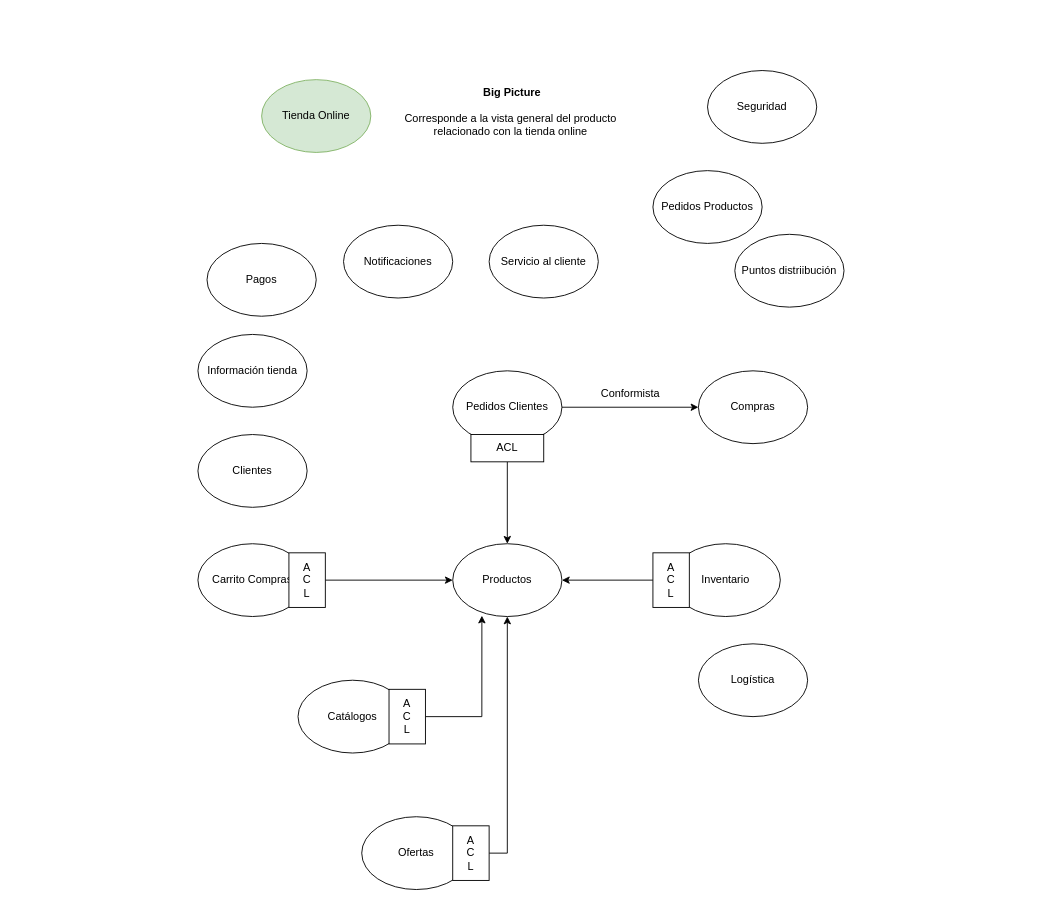
The draw.io diagram TiendaOnline_Diseño/TiendaOnlineDiseño.drawio in M4rced/DOO2023, before the edit. Source tidied: cells renumbered, new cells numbered last; positions are measured from the earlier drawing's top-left corner, leaving out a move shared by most shapes. Both pictures are drawn from the tidied source at 91%, with x=0, y=0 at pixel (197, 70).
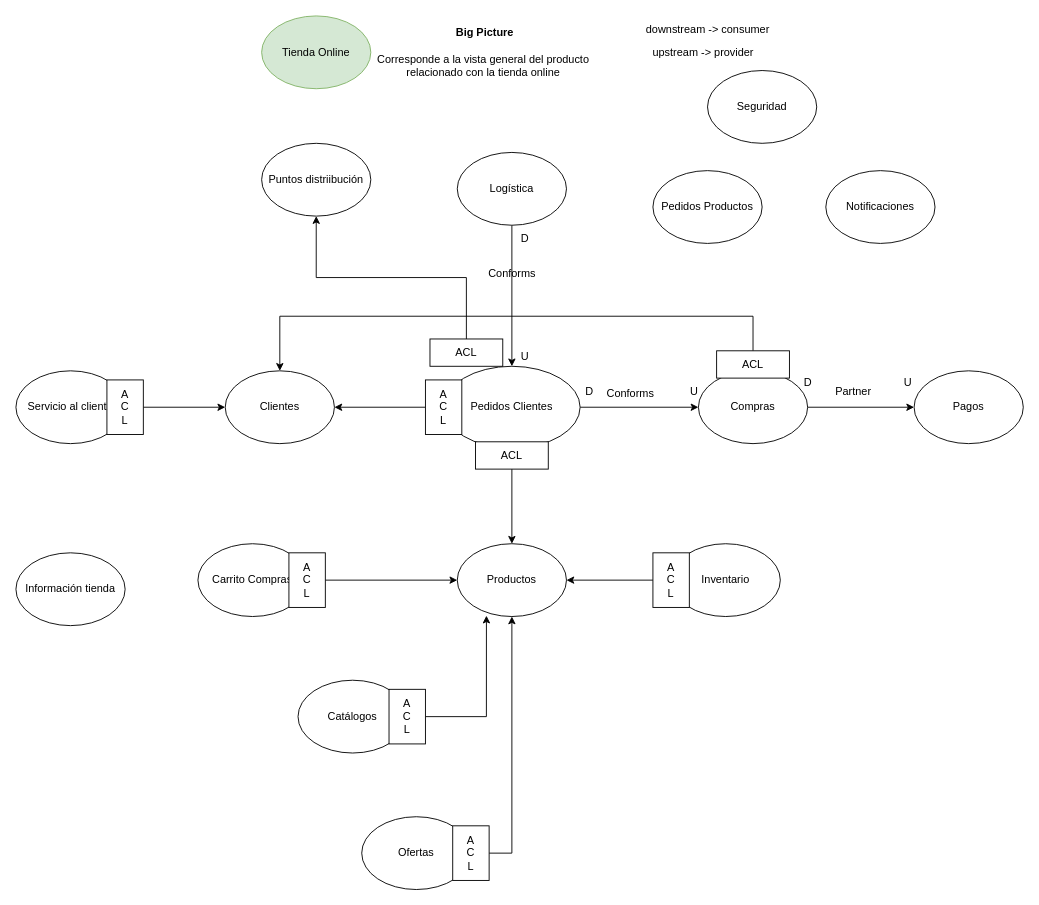
Above is the later version.

The change refers to these unchanged cells:
```xml
<mxCell id="30" value="Compras" style="ellipse;whiteSpace=wrap;html=1;" parent="1" vertex="1">
  <mxGeometry x="550" y="330" width="120" height="80" as="geometry" />
</mxCell>
```

The edit, as a diff of the source:
```diff
@@
     <mxCell id="2" value="Tienda Online" style="ellipse;whiteSpace=wrap;html=1;fillColor=#d5e8d4;strokeColor=#82b366;" parent="1" vertex="1">
-      <mxGeometry x="70" y="10" width="120" height="80" as="geometry" />
+      <mxGeometry x="70" y="-60" width="120" height="80" as="geometry" />
     </mxCell>
     <mxCell id="3" value="&lt;div&gt;&lt;b&gt;Big Picture&lt;/b&gt;&lt;/div&gt;&lt;div&gt;&lt;br&gt;&lt;/div&gt;&lt;div&gt;Corresponde a la vista general del producto&amp;nbsp;&lt;/div&gt;&lt;div&gt;relacionado con la tienda online&amp;nbsp; &lt;br&gt;&lt;/div&gt;" style="text;html=1;align=center;verticalAlign=middle;strokeColor=none;fillColor=none;" parent="1" vertex="1">
-      <mxGeometry x="220" y="10" width="250" height="70" as="geometry" />
+      <mxGeometry x="190" y="-55" width="250" height="70" as="geometry" />
     </mxCell>
@@
     <mxCell id="5" value="Notificaciones" style="ellipse;whiteSpace=wrap;html=1;" parent="1" vertex="1">
-      <mxGeometry x="160" y="170" width="120" height="80" as="geometry" />
+      <mxGeometry x="690" y="110" width="120" height="80" as="geometry" />
     </mxCell>
     <mxCell id="6" value="Servicio al cliente" style="ellipse;whiteSpace=wrap;html=1;" parent="1" vertex="1">
-      <mxGeometry x="320" y="170" width="120" height="80" as="geometry" />
+      <mxGeometry x="-200" y="330" width="120" height="80" as="geometry" />
     </mxCell>
     <mxCell id="7" value="Información tienda" style="ellipse;whiteSpace=wrap;html=1;" parent="1" vertex="1">
-      <mxGeometry y="290" width="120" height="80" as="geometry" />
+      <mxGeometry x="-200" y="530" width="120" height="80" as="geometry" />
     </mxCell>
     <mxCell id="8" value="Puntos distriibución" style="ellipse;whiteSpace=wrap;html=1;" parent="1" vertex="1">
-      <mxGeometry x="590" y="180" width="120" height="80" as="geometry" />
+      <mxGeometry x="70" y="80" width="120" height="80" as="geometry" />
     </mxCell>
@@
     <mxCell id="10" value="Clientes" style="ellipse;whiteSpace=wrap;html=1;" parent="1" vertex="1">
-      <mxGeometry y="400" width="120" height="80" as="geometry" />
+      <mxGeometry x="30" y="330" width="120" height="80" as="geometry" />
     </mxCell>
     <mxCell id="11" value="Pagos" style="ellipse;whiteSpace=wrap;html=1;" parent="1" vertex="1">
-      <mxGeometry x="10" y="190" width="120" height="80" as="geometry" />
+      <mxGeometry x="787" y="330" width="120" height="80" as="geometry" />
     </mxCell>
@@
     <mxCell id="13" value="Pedidos Clientes" style="ellipse;whiteSpace=wrap;html=1;" parent="1" vertex="1">
-      <mxGeometry x="280" y="330" width="120" height="80" as="geometry" />
+      <mxGeometry x="270" y="325" width="150" height="90" as="geometry" />
     </mxCell>
@@
     <mxCell id="15" value="Productos" style="ellipse;whiteSpace=wrap;html=1;" parent="1" vertex="1">
-      <mxGeometry x="280" y="520" width="120" height="80" as="geometry" />
+      <mxGeometry x="285" y="520" width="120" height="80" as="geometry" />
     </mxCell>
@@
+    <mxCell id="32" style="edgeStyle=orthogonalEdgeStyle;rounded=0;jettySize=auto;html=1;exitX=0.5;exitY=1;exitDx=0;exitDy=0;entryX=0.5;entryY=0;entryDx=0;entryDy=0;" parent="1" edge="1" source="19" target="13">
+      <mxGeometry relative="1" as="geometry" />
+    </mxCell>
     <mxCell id="19" value="Logística" style="ellipse;whiteSpace=wrap;html=1;" parent="1" vertex="1">
-      <mxGeometry x="550" y="630" width="120" height="80" as="geometry" />
+      <mxGeometry x="285" y="90" width="120" height="80" as="geometry" />
     </mxCell>
@@
-    <mxCell id="28" style="edgeStyle=orthogonalEdgeStyle;rounded=0;jettySize=auto;html=1;exitX=0.5;exitY=1;exitDx=0;exitDy=0;entryX=0.5;entryY=0;entryDx=0;entryDy=0;" parent="1" edge="1" source="29" target="15">
-      <mxGeometry relative="1" as="geometry" />
-    </mxCell>
+    <mxCell id="33" style="edgeStyle=orthogonalEdgeStyle;rounded=0;jettySize=auto;html=1;exitX=0.5;exitY=0;exitDx=0;exitDy=0;entryX=0.5;entryY=1;entryDx=0;entryDy=0;" parent="1" edge="1" source="29" target="8">
+      <mxGeometry relative="1" as="geometry" />
+    </mxCell>
     <mxCell id="29" value="&lt;div&gt;ACL&lt;/div&gt;" style="rounded=0;whiteSpace=wrap;html=1;" parent="1" vertex="1">
-      <mxGeometry x="300" y="400" width="80" height="30" as="geometry" />
+      <mxGeometry x="255" y="295" width="80" height="30" as="geometry" />
     </mxCell>
+    <mxCell id="34" style="edgeStyle=orthogonalEdgeStyle;rounded=0;jettySize=auto;html=1;exitX=1;exitY=0.5;exitDx=0;exitDy=0;entryX=0;entryY=0.5;entryDx=0;entryDy=0;" parent="1" edge="1" source="30" target="11">
+      <mxGeometry relative="1" as="geometry" />
+    </mxCell>
@@
-    <mxCell id="31" value="Conformista" style="text;html=1;align=center;verticalAlign=middle;strokeColor=none;fillColor=none;" parent="1" vertex="1">
-      <mxGeometry x="430" y="340" width="90" height="30" as="geometry" />
+    <mxCell id="31" value="Conforms" style="text;html=1;align=center;verticalAlign=middle;strokeColor=none;fillColor=none;" parent="1" vertex="1">
+      <mxGeometry x="435" y="340" width="80" height="30" as="geometry" />
     </mxCell>
+    <mxCell id="35" value="Partner" style="text;html=1;align=center;verticalAlign=middle;strokeColor=none;fillColor=none;" parent="1" vertex="1">
+      <mxGeometry x="690" y="338" width="60" height="30" as="geometry" />
+    </mxCell>
+    <mxCell id="36" value="upstream -&amp;gt; provider" style="text;html=1;align=center;verticalAlign=middle;strokeColor=none;fillColor=none;" parent="1" vertex="1">
+      <mxGeometry x="490" y="-35" width="130" height="30" as="geometry" />
+    </mxCell>
+    <mxCell id="37" value="downstream -&amp;gt; consumer" style="text;html=1;align=center;verticalAlign=middle;strokeColor=none;fillColor=none;" parent="1" vertex="1">
+      <mxGeometry x="480" y="-60" width="160" height="30" as="geometry" />
+    </mxCell>
+    <mxCell id="38" value="D" style="text;html=1;align=center;verticalAlign=middle;strokeColor=none;fillColor=none;" parent="1" vertex="1">
+      <mxGeometry x="415" y="338" width="30" height="30" as="geometry" />
+    </mxCell>
+    <mxCell id="39" value="U" style="text;html=1;align=center;verticalAlign=middle;strokeColor=none;fillColor=none;" parent="1" vertex="1">
+      <mxGeometry x="530" y="338" width="30" height="30" as="geometry" />
+    </mxCell>
+    <mxCell id="40" value="D" style="text;html=1;align=center;verticalAlign=middle;strokeColor=none;fillColor=none;" parent="1" vertex="1">
+      <mxGeometry x="655" y="328" width="30" height="30" as="geometry" />
+    </mxCell>
+    <mxCell id="41" value="U" style="text;html=1;align=center;verticalAlign=middle;strokeColor=none;fillColor=none;" parent="1" vertex="1">
+      <mxGeometry x="765" y="328" width="30" height="30" as="geometry" />
+    </mxCell>
+    <mxCell id="42" style="edgeStyle=orthogonalEdgeStyle;rounded=0;jettySize=auto;html=1;entryX=0.5;entryY=0;entryDx=0;entryDy=0;" parent="1" edge="1" source="43" target="10">
+      <mxGeometry relative="1" as="geometry">
+        <Array as="points">
+          <mxPoint x="610" y="270" />
+          <mxPoint x="90" y="270" />
+        </Array>
+      </mxGeometry>
+    </mxCell>
+    <mxCell id="43" value="&lt;div&gt;ACL&lt;/div&gt;" style="rounded=0;whiteSpace=wrap;html=1;" parent="1" vertex="1">
+      <mxGeometry x="570" y="308" width="80" height="30" as="geometry" />
+    </mxCell>
+    <mxCell id="44" style="edgeStyle=orthogonalEdgeStyle;rounded=0;jettySize=auto;html=1;exitX=1;exitY=0.5;exitDx=0;exitDy=0;entryX=0;entryY=0.5;entryDx=0;entryDy=0;" parent="1" edge="1" source="45" target="10">
+      <mxGeometry relative="1" as="geometry" />
+    </mxCell>
+    <mxCell id="45" value="&lt;div&gt;A&lt;/div&gt;&lt;div&gt;C&lt;/div&gt;&lt;div&gt;L&lt;br&gt;&lt;/div&gt;" style="rounded=0;whiteSpace=wrap;html=1;" parent="1" vertex="1">
+      <mxGeometry x="-100" y="340" width="40" height="60" as="geometry" />
+    </mxCell>
+    <mxCell id="46" value="D" style="text;html=1;align=center;verticalAlign=middle;strokeColor=none;fillColor=none;" parent="1" vertex="1">
+      <mxGeometry x="344" y="170" width="30" height="30" as="geometry" />
+    </mxCell>
+    <mxCell id="47" value="U" style="text;html=1;align=center;verticalAlign=middle;strokeColor=none;fillColor=none;" parent="1" vertex="1">
+      <mxGeometry x="344" y="300" width="30" height="30" as="geometry" />
+    </mxCell>
+    <mxCell id="48" value="Conforms" style="text;html=1;align=center;verticalAlign=middle;strokeColor=none;fillColor=none;" parent="1" vertex="1">
+      <mxGeometry x="305" y="208" width="80" height="30" as="geometry" />
+    </mxCell>
+    <mxCell id="49" style="edgeStyle=orthogonalEdgeStyle;rounded=0;jettySize=auto;html=1;exitX=0;exitY=0.5;exitDx=0;exitDy=0;entryX=1;entryY=0.5;entryDx=0;entryDy=0;" parent="1" edge="1" source="50" target="10">
+      <mxGeometry relative="1" as="geometry" />
+    </mxCell>
+    <mxCell id="50" value="&lt;div&gt;A&lt;/div&gt;&lt;div&gt;C&lt;/div&gt;&lt;div&gt;L&lt;br&gt;&lt;/div&gt;" style="rounded=0;whiteSpace=wrap;html=1;" parent="1" vertex="1">
+      <mxGeometry x="250" y="340" width="40" height="60" as="geometry" />
+    </mxCell>
+    <mxCell id="51" style="edgeStyle=orthogonalEdgeStyle;rounded=0;jettySize=auto;html=1;exitX=0.5;exitY=1;exitDx=0;exitDy=0;entryX=0.5;entryY=0;entryDx=0;entryDy=0;" parent="1" edge="1" source="52" target="15">
+      <mxGeometry relative="1" as="geometry" />
+    </mxCell>
+    <mxCell id="52" value="&lt;div&gt;ACL&lt;/div&gt;" style="rounded=0;whiteSpace=wrap;html=1;" parent="1" vertex="1">
+      <mxGeometry x="305" y="408" width="80" height="30" as="geometry" />
+    </mxCell>
```
